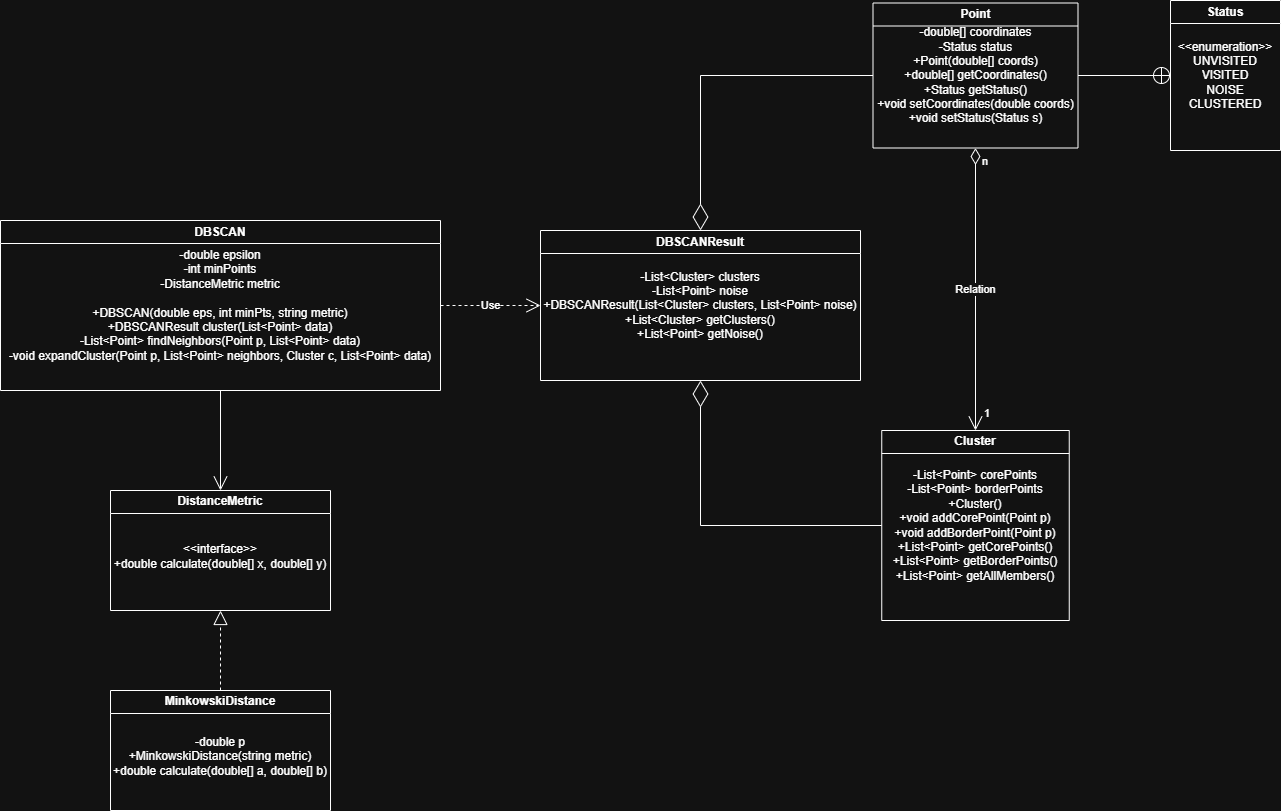
Before: Documentation/DBSCAN-UML.png, a diagram exported from draw.io (solopres/DBSCAN). Source tidied: cells renumbered, new cells last; positions are measured from the earlier drawing's top-left corner, leaving out a move shared by most shapes.
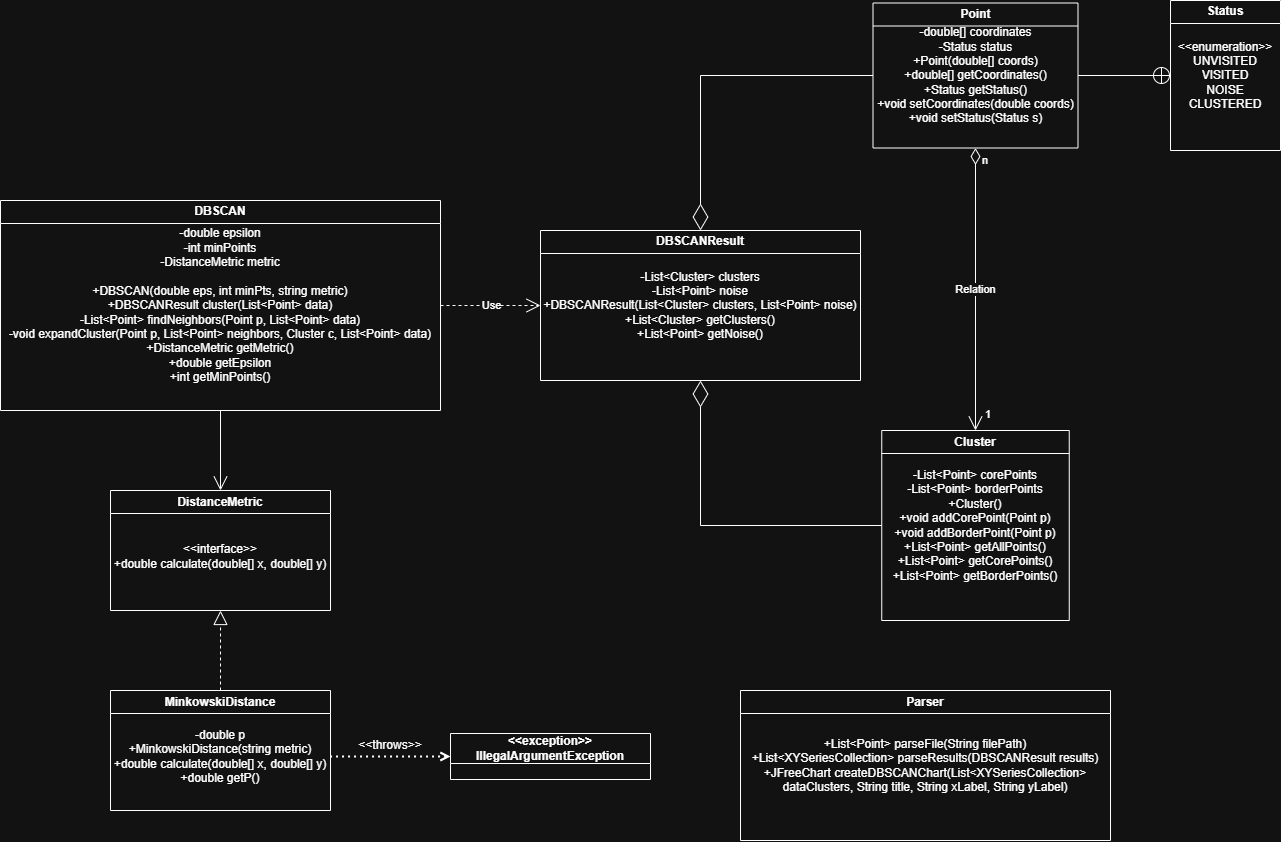
The same diagram one commit later.

Diff of the diagram source:
```diff
@@ -2,15 +2,6 @@
   <root>
     <mxCell id="0" />
     <mxCell id="1" parent="0" />
-    <mxCell id="2" style="group;" parent="1" vertex="1">
-      <mxGeometry y="220" width="440" height="170" as="geometry" />
-    </mxCell>
-    <mxCell id="3" value="DBSCAN" style="swimlane;whiteSpace=wrap;html=1;" parent="2" vertex="1">
-      <mxGeometry width="440" height="170" as="geometry" />
-    </mxCell>
-    <mxCell id="4" value="-double epsilon&lt;div&gt;-&lt;span style=&quot;background-color: transparent; color: light-dark(rgb(0, 0, 0), rgb(255, 255, 255));&quot;&gt;int&amp;nbsp;&lt;/span&gt;&lt;span style=&quot;background-color: transparent; color: light-dark(rgb(0, 0, 0), rgb(255, 255, 255));&quot;&gt;minPoints&lt;/span&gt;&lt;/div&gt;&lt;div&gt;-&lt;span style=&quot;background-color: transparent; color: light-dark(rgb(0, 0, 0), rgb(255, 255, 255));&quot;&gt;DistanceMetric&amp;nbsp;&lt;/span&gt;&lt;span style=&quot;background-color: transparent; color: light-dark(rgb(0, 0, 0), rgb(255, 255, 255));&quot;&gt;metric&lt;/span&gt;&lt;/div&gt;&lt;div&gt;&lt;br&gt;&lt;/div&gt;&lt;div&gt;+DBSCAN(double eps, int minPts, string metric)&lt;/div&gt;&lt;div&gt;+DBSCANResult cluster(List&amp;lt;Point&amp;gt; data)&lt;/div&gt;&lt;div&gt;-List&amp;lt;Point&amp;gt; findNeighbors(Point p, List&amp;lt;Point&amp;gt; data)&lt;/div&gt;&lt;div&gt;-void expandCluster(Point p, List&amp;lt;Point&amp;gt; neighbors, Cluster c, List&amp;lt;Point&amp;gt; data)&lt;/div&gt;" style="text;html=1;whiteSpace=wrap;strokeColor=none;fillColor=none;align=center;verticalAlign=middle;rounded=0;" parent="2" vertex="1">
-      <mxGeometry width="440" height="170" as="geometry" />
-    </mxCell>
     <mxCell id="5" style="group;" parent="1" vertex="1">
       <mxGeometry x="540" y="230" width="320" height="150" as="geometry" />
     </mxCell>
@@ -35,7 +26,7 @@
     <mxCell id="12" value="Cluster" style="swimlane;whiteSpace=wrap;html=1;" parent="11" vertex="1">
       <mxGeometry width="187.5" height="190" as="geometry" />
     </mxCell>
-    <mxCell id="13" value="&lt;div&gt;-List&amp;lt;Point&amp;gt; corePoints&lt;/div&gt;&lt;div&gt;-List&amp;lt;Point&amp;gt; borderPoints&lt;/div&gt;&lt;div&gt;+Cluster()&lt;/div&gt;&lt;div&gt;+&lt;span style=&quot;background-color: transparent; color: light-dark(rgb(0, 0, 0), rgb(255, 255, 255));&quot;&gt;void&amp;nbsp;&lt;/span&gt;&lt;span style=&quot;background-color: transparent; color: light-dark(rgb(0, 0, 0), rgb(255, 255, 255));&quot;&gt;addCorePoint(Point p)&lt;/span&gt;&lt;/div&gt;&lt;div&gt;+&lt;span style=&quot;background-color: transparent; color: light-dark(rgb(0, 0, 0), rgb(255, 255, 255));&quot;&gt;void&amp;nbsp;&lt;/span&gt;&lt;span style=&quot;background-color: transparent; color: light-dark(rgb(0, 0, 0), rgb(255, 255, 255));&quot;&gt;addBorderPoint(Point p)&lt;/span&gt;&lt;/div&gt;&lt;div&gt;+&lt;span style=&quot;background-color: transparent; color: light-dark(rgb(0, 0, 0), rgb(255, 255, 255));&quot;&gt;List&amp;lt;Point&amp;gt;&amp;nbsp;&lt;/span&gt;&lt;span style=&quot;background-color: transparent; color: light-dark(rgb(0, 0, 0), rgb(255, 255, 255));&quot;&gt;getCorePoints()&lt;/span&gt;&lt;/div&gt;&lt;div&gt;+&lt;span style=&quot;background-color: transparent; color: light-dark(rgb(0, 0, 0), rgb(255, 255, 255));&quot;&gt;List&amp;lt;Point&amp;gt;&amp;nbsp;&lt;/span&gt;&lt;span style=&quot;background-color: transparent; color: light-dark(rgb(0, 0, 0), rgb(255, 255, 255));&quot;&gt;getBorderPoints()&lt;/span&gt;&lt;/div&gt;&lt;div&gt;+&lt;span style=&quot;background-color: transparent; color: light-dark(rgb(0, 0, 0), rgb(255, 255, 255));&quot;&gt;List&amp;lt;Point&amp;gt;&amp;nbsp;&lt;/span&gt;&lt;span style=&quot;background-color: transparent; color: light-dark(rgb(0, 0, 0), rgb(255, 255, 255));&quot;&gt;getAllMembers()&lt;/span&gt;&lt;/div&gt;" style="text;html=1;whiteSpace=wrap;strokeColor=none;fillColor=none;align=center;verticalAlign=middle;rounded=0;" parent="11" vertex="1">
+    <mxCell id="13" value="&lt;div&gt;-List&amp;lt;Point&amp;gt; corePoints&lt;/div&gt;&lt;div&gt;-List&amp;lt;Point&amp;gt; borderPoints&lt;/div&gt;&lt;div&gt;+Cluster()&lt;/div&gt;&lt;div&gt;+&lt;span style=&quot;background-color: transparent; color: light-dark(rgb(0, 0, 0), rgb(255, 255, 255));&quot;&gt;void&amp;nbsp;&lt;/span&gt;&lt;span style=&quot;background-color: transparent; color: light-dark(rgb(0, 0, 0), rgb(255, 255, 255));&quot;&gt;addCorePoint(Point p)&lt;/span&gt;&lt;/div&gt;&lt;div&gt;+&lt;span style=&quot;background-color: transparent; color: light-dark(rgb(0, 0, 0), rgb(255, 255, 255));&quot;&gt;void&amp;nbsp;&lt;/span&gt;&lt;span style=&quot;background-color: transparent; color: light-dark(rgb(0, 0, 0), rgb(255, 255, 255));&quot;&gt;addBorderPoint(Point p)&lt;/span&gt;&lt;/div&gt;&lt;div&gt;+&lt;span style=&quot;color: light-dark(rgb(0, 0, 0), rgb(255, 255, 255)); background-color: transparent;&quot;&gt;List&amp;lt;Point&amp;gt;&amp;nbsp;&lt;/span&gt;&lt;span style=&quot;color: light-dark(rgb(0, 0, 0), rgb(255, 255, 255)); background-color: transparent;&quot;&gt;getAllPoints()&lt;/span&gt;&lt;span style=&quot;background-color: transparent; color: light-dark(rgb(0, 0, 0), rgb(255, 255, 255));&quot;&gt;&lt;/span&gt;&lt;/div&gt;&lt;div&gt;+&lt;span style=&quot;background-color: transparent; color: light-dark(rgb(0, 0, 0), rgb(255, 255, 255));&quot;&gt;List&amp;lt;Point&amp;gt;&amp;nbsp;&lt;/span&gt;&lt;span style=&quot;background-color: transparent; color: light-dark(rgb(0, 0, 0), rgb(255, 255, 255));&quot;&gt;getCorePoints()&lt;/span&gt;&lt;/div&gt;&lt;div&gt;+&lt;span style=&quot;background-color: transparent; color: light-dark(rgb(0, 0, 0), rgb(255, 255, 255));&quot;&gt;List&amp;lt;Point&amp;gt;&amp;nbsp;&lt;/span&gt;&lt;span style=&quot;background-color: transparent; color: light-dark(rgb(0, 0, 0), rgb(255, 255, 255));&quot;&gt;getBorderPoints()&lt;/span&gt;&lt;/div&gt;" style="text;html=1;whiteSpace=wrap;strokeColor=none;fillColor=none;align=center;verticalAlign=middle;rounded=0;" parent="11" vertex="1">
       <mxGeometry width="187.5" height="190" as="geometry" />
     </mxCell>
     <mxCell id="14" style="group;" parent="1" vertex="1">
@@ -62,7 +53,7 @@
     <mxCell id="21" value="MinkowskiDistance" style="swimlane;whiteSpace=wrap;html=1;" parent="20" vertex="1">
       <mxGeometry width="220" height="120" as="geometry" />
     </mxCell>
-    <mxCell id="22" value="&lt;div&gt;-double p&lt;/div&gt;&lt;div&gt;+MinkowskiDistance(string metric)&lt;/div&gt;&lt;div&gt;&lt;span style=&quot;background-color: transparent; color: light-dark(rgb(0, 0, 0), rgb(255, 255, 255));&quot;&gt;+double&amp;nbsp;&lt;/span&gt;&lt;span style=&quot;background-color: transparent; color: light-dark(rgb(0, 0, 0), rgb(255, 255, 255));&quot;&gt;calculate(double[] a, double[] b)&lt;/span&gt;&lt;/div&gt;" style="text;html=1;whiteSpace=wrap;strokeColor=none;fillColor=none;align=center;verticalAlign=middle;rounded=0;" parent="20" vertex="1">
+    <mxCell id="22" value="&lt;div&gt;&lt;span style=&quot;background-color: transparent; color: light-dark(rgb(0, 0, 0), rgb(255, 255, 255));&quot;&gt;-double p&lt;/span&gt;&lt;/div&gt;&lt;div&gt;+MinkowskiDistance(string metric)&lt;/div&gt;&lt;div&gt;&lt;span style=&quot;background-color: transparent; color: light-dark(rgb(0, 0, 0), rgb(255, 255, 255));&quot;&gt;+double&amp;nbsp;&lt;/span&gt;&lt;span style=&quot;background-color: transparent; color: light-dark(rgb(0, 0, 0), rgb(255, 255, 255));&quot;&gt;calculate(double[] x, double[] y)&lt;/span&gt;&lt;/div&gt;&lt;div&gt;&lt;span style=&quot;background-color: transparent; color: light-dark(rgb(0, 0, 0), rgb(255, 255, 255));&quot;&gt;+double getP()&lt;/span&gt;&lt;/div&gt;" style="text;html=1;whiteSpace=wrap;strokeColor=none;fillColor=none;align=center;verticalAlign=middle;rounded=0;" parent="20" vertex="1">
       <mxGeometry y="12" width="220" height="108" as="geometry" />
     </mxCell>
     <mxCell id="23" style="endArrow=block;dashed=1;endFill=0;endSize=12;html=1;rounded=0;exitX=0.5;exitY=0;exitDx=0;exitDy=0;entryX=0.5;entryY=1;entryDx=0;entryDy=0;" parent="1" edge="1" source="21" target="16">
@@ -104,5 +95,32 @@
         <mxPoint x="15" y="-30" as="offset" />
       </mxGeometry>
     </mxCell>
+    <mxCell id="32" style="group;" parent="1" vertex="1">
+      <mxGeometry y="200" width="440" height="210" as="geometry" />
+    </mxCell>
+    <mxCell id="3" value="DBSCAN" style="swimlane;whiteSpace=wrap;html=1;" parent="32" vertex="1">
+      <mxGeometry width="440" height="210" as="geometry" />
+    </mxCell>
+    <mxCell id="4" value="-double epsilon&lt;div&gt;-&lt;span style=&quot;background-color: transparent; color: light-dark(rgb(0, 0, 0), rgb(255, 255, 255));&quot;&gt;int&amp;nbsp;&lt;/span&gt;&lt;span style=&quot;background-color: transparent; color: light-dark(rgb(0, 0, 0), rgb(255, 255, 255));&quot;&gt;minPoints&lt;/span&gt;&lt;/div&gt;&lt;div&gt;-&lt;span style=&quot;background-color: transparent; color: light-dark(rgb(0, 0, 0), rgb(255, 255, 255));&quot;&gt;DistanceMetric&amp;nbsp;&lt;/span&gt;&lt;span style=&quot;background-color: transparent; color: light-dark(rgb(0, 0, 0), rgb(255, 255, 255));&quot;&gt;metric&lt;/span&gt;&lt;/div&gt;&lt;div&gt;&lt;br&gt;&lt;/div&gt;&lt;div&gt;+DBSCAN(double eps, int minPts, string metric)&lt;/div&gt;&lt;div&gt;+DBSCANResult cluster(List&amp;lt;Point&amp;gt; data)&lt;/div&gt;&lt;div&gt;-List&amp;lt;Point&amp;gt; findNeighbors(Point p, List&amp;lt;Point&amp;gt; data)&lt;/div&gt;&lt;div&gt;-void expandCluster(Point p, List&amp;lt;Point&amp;gt; neighbors, Cluster c, List&amp;lt;Point&amp;gt; data)&lt;/div&gt;&lt;div&gt;+DistanceMetric getMetric()&lt;/div&gt;&lt;div&gt;+double getEpsilon&lt;/div&gt;&lt;div&gt;+int getMinPoints()&lt;/div&gt;" style="text;html=1;whiteSpace=wrap;strokeColor=none;fillColor=none;align=center;verticalAlign=middle;rounded=0;" parent="32" vertex="1">
+      <mxGeometry width="440" height="210" as="geometry" />
+    </mxCell>
+    <mxCell id="33" value="&amp;lt;&amp;lt;exception&amp;gt;&amp;gt;&lt;div&gt;IllegalArgumentException&lt;/div&gt;" style="swimlane;whiteSpace=wrap;html=1;startSize=30;" parent="1" vertex="1">
+      <mxGeometry x="450" y="733" width="200" height="46" as="geometry" />
+    </mxCell>
+    <mxCell id="34" style="endArrow=none;dashed=1;html=1;dashPattern=1 2;strokeWidth=2;rounded=0;entryX=1;entryY=0.5;entryDx=0;entryDy=0;exitX=0;exitY=0.5;exitDx=0;exitDy=0;endFill=0;startArrow=open;startFill=0;" parent="1" edge="1" source="33" target="22">
+      <mxGeometry relative="1" as="geometry" />
+    </mxCell>
+    <mxCell id="35" value="&amp;lt;&amp;lt;throws&amp;gt;&amp;gt;" style="text;html=1;whiteSpace=wrap;strokeColor=none;fillColor=none;align=center;verticalAlign=middle;rounded=0;" parent="1" vertex="1">
+      <mxGeometry x="360" y="730" width="60" height="30" as="geometry" />
+    </mxCell>
+    <mxCell id="36" style="group;" parent="1" vertex="1">
+      <mxGeometry x="740" y="690" width="370" height="150" as="geometry" />
+    </mxCell>
+    <mxCell id="37" value="Parser" style="swimlane;whiteSpace=wrap;html=1;" parent="36" vertex="1">
+      <mxGeometry width="370" height="150" as="geometry" />
+    </mxCell>
+    <mxCell id="38" value="+List&amp;lt;Point&amp;gt; parseFile(String filePath)&lt;div&gt;+List&amp;lt;XYSeriesCollection&amp;gt; parseResults(DBSCANResult results)&lt;/div&gt;&lt;div&gt;+JFreeChart createDBSCANChart(List&amp;lt;XYSeriesCollection&amp;gt; dataClusters, String title, String xLabel, String yLabel)&lt;/div&gt;" style="text;html=1;whiteSpace=wrap;strokeColor=none;fillColor=none;align=center;verticalAlign=middle;rounded=0;" parent="36" vertex="1">
+      <mxGeometry width="370" height="150" as="geometry" />
+    </mxCell>
   </root>
 </mxGraphModel>
```
